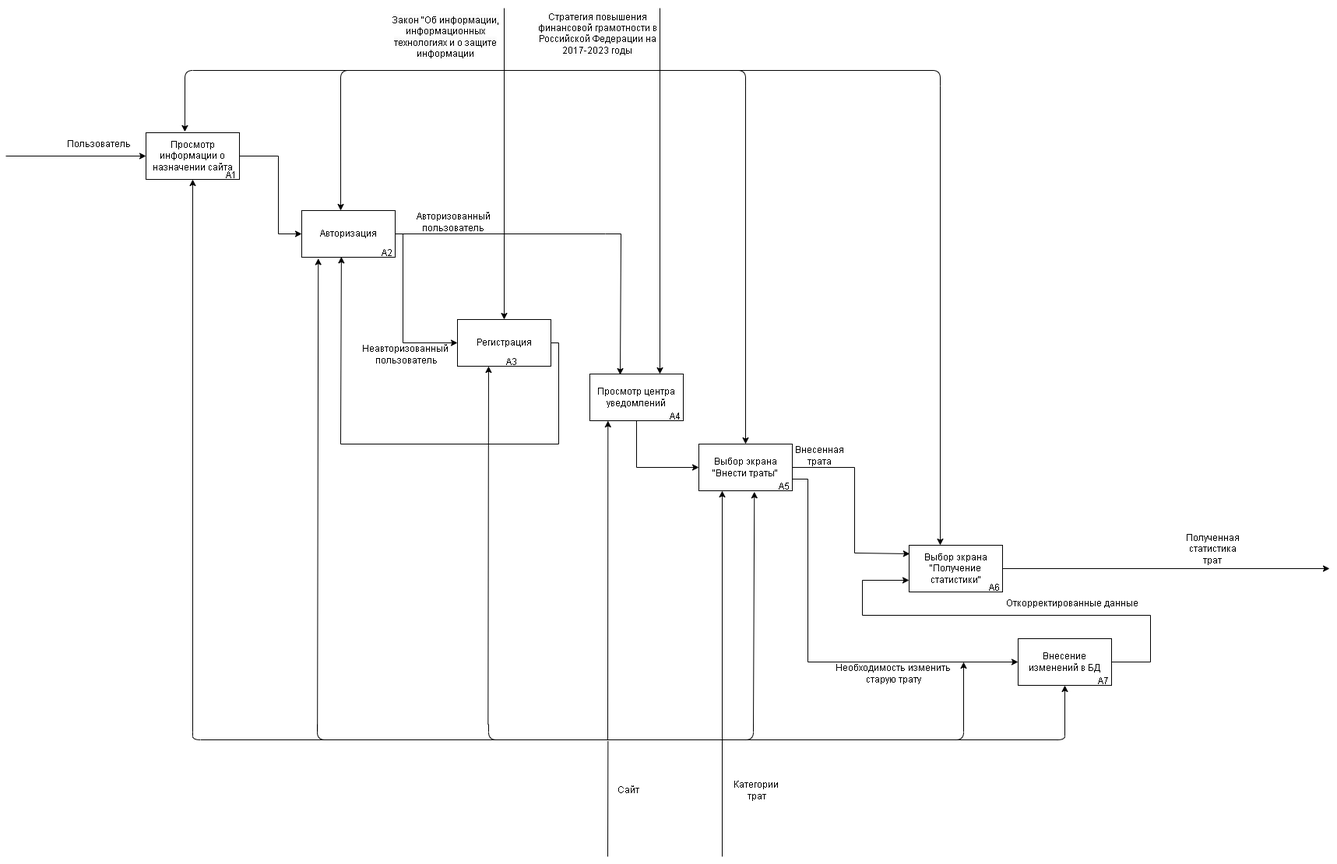
This is documentation/diagrams/IDEF0_A0_1level.png from money-pie/moneypie, a draw.io export, as it was before one commit. Source tidied: cells renumbered, new cells last; positions are measured from the earlier drawing's top-left corner, leaving out a move shared by most shapes.
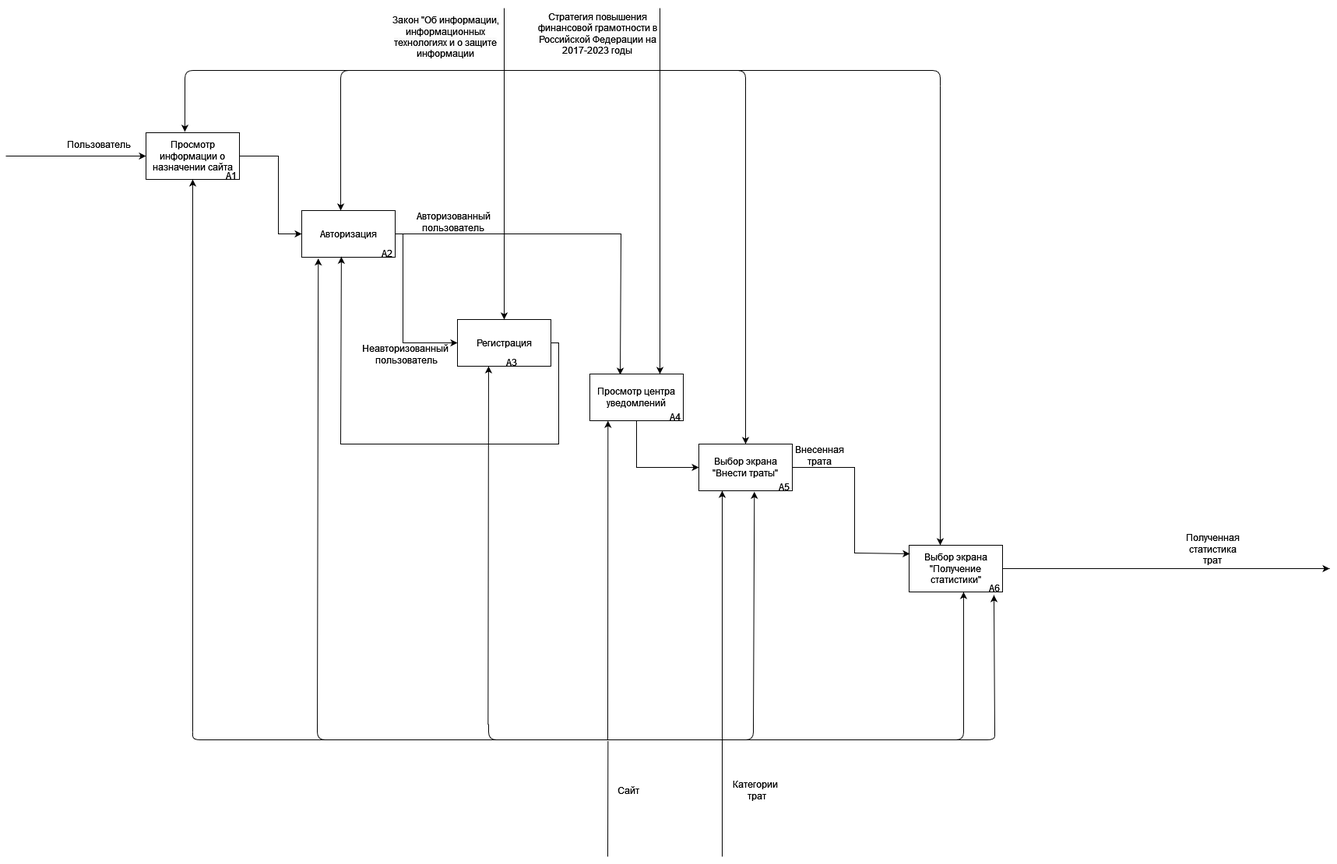
The same file after the commit.

Change to the diagram source:
```diff
@@ -14,9 +14,6 @@
     <mxCell id="5" value="Выбор экрана &quot;Внести траты&quot;" style="rounded=0;whiteSpace=wrap;html=1;" parent="1" vertex="1">
       <mxGeometry x="890" y="570" width="120" height="60" as="geometry" />
     </mxCell>
-    <mxCell id="6" value="Внесение изменений в БД" style="rounded=0;whiteSpace=wrap;html=1;" parent="1" vertex="1">
-      <mxGeometry x="1300" y="820" width="120" height="60" as="geometry" />
-    </mxCell>
     <mxCell id="7" value="Выбор экрана &quot;Получение статистики&quot;" style="rounded=0;whiteSpace=wrap;html=1;" parent="1" vertex="1">
       <mxGeometry x="1160" y="700" width="120" height="60" as="geometry" />
     </mxCell>
@@ -63,14 +60,6 @@
         </Array>
       </mxGeometry>
     </mxCell>
-    <mxCell id="15" style="endArrow=classic;html=1;rounded=0;exitX=1;exitY=0.75;exitDx=0;exitDy=0;entryX=0;entryY=0.5;entryDx=0;entryDy=0;" parent="1" edge="1" source="5" target="6">
-      <mxGeometry relative="1" as="geometry">
-        <Array as="points">
-          <mxPoint x="1030" y="615" />
-          <mxPoint x="1030" y="850" />
-        </Array>
-      </mxGeometry>
-    </mxCell>
     <mxCell id="16" style="endArrow=classic;html=1;rounded=0;exitX=1;exitY=0.5;exitDx=0;exitDy=0;" parent="1" edge="1" source="7">
       <mxGeometry relative="1" as="geometry">
         <mxPoint x="1700" y="730" as="targetPoint" />
@@ -100,22 +89,9 @@
         </Array>
       </mxGeometry>
     </mxCell>
-    <mxCell id="23" style="endArrow=classic;html=1;rounded=0;entryX=0;entryY=0.75;entryDx=0;entryDy=0;exitX=1;exitY=0.5;exitDx=0;exitDy=0;" parent="1" edge="1" source="6" target="7">
-      <mxGeometry relative="1" as="geometry">
-        <Array as="points">
-          <mxPoint x="1470" y="850" />
-          <mxPoint x="1470" y="790" />
-          <mxPoint x="1100" y="790" />
-          <mxPoint x="1100" y="745" />
-        </Array>
-      </mxGeometry>
-    </mxCell>
     <mxCell id="24" value="Внесенная трата" style="text;html=1;strokeColor=none;fillColor=none;align=center;verticalAlign=middle;whiteSpace=wrap;rounded=0;" parent="1" vertex="1">
       <mxGeometry x="1010" y="570" width="70" height="30" as="geometry" />
     </mxCell>
-    <mxCell id="25" value="Необходимость изменить старую трату" style="text;html=1;strokeColor=none;fillColor=none;align=center;verticalAlign=middle;whiteSpace=wrap;rounded=0;" parent="1" vertex="1">
-      <mxGeometry x="1050" y="850" width="180" height="30" as="geometry" />
-    </mxCell>
     <mxCell id="26" style="endArrow=classic;html=1;rounded=0;" parent="1" edge="1" target="4">
       <mxGeometry relative="1" as="geometry">
         <mxPoint x="640" y="10" as="sourcePoint" />
@@ -144,14 +120,11 @@
     <mxCell id="33" value="&lt;br&gt;&lt;span style=&quot;color: rgb(0, 0, 0); font-family: Helvetica; font-size: 12px; font-style: normal; font-variant-ligatures: normal; font-variant-caps: normal; font-weight: 400; letter-spacing: normal; orphans: 2; text-align: center; text-indent: 0px; text-transform: none; widows: 2; word-spacing: 0px; -webkit-text-stroke-width: 0px; background-color: rgb(251, 251, 251); text-decoration-thickness: initial; text-decoration-style: initial; text-decoration-color: initial; float: none; display: inline !important;&quot;&gt;Закон &quot;Об информации, информационных технологиях и о защите информации&lt;/span&gt;&lt;br&gt;" style="text;html=1;strokeColor=none;fillColor=none;align=center;verticalAlign=middle;whiteSpace=wrap;rounded=0;" parent="1" vertex="1">
       <mxGeometry x="495" width="140" height="80" as="geometry" />
     </mxCell>
-    <mxCell id="34" value="Откорректированные данные" style="text;html=1;strokeColor=none;fillColor=none;align=center;verticalAlign=middle;whiteSpace=wrap;rounded=0;" parent="1" vertex="1">
-      <mxGeometry x="1280" y="760" width="180" height="30" as="geometry" />
-    </mxCell>
     <mxCell id="35" style="shape=curlyBracket;whiteSpace=wrap;html=1;rounded=1;flipH=1;labelPosition=right;verticalLabelPosition=middle;align=left;verticalAlign=middle;direction=north;size=0;" parent="1" vertex="1">
       <mxGeometry x="400" y="930" width="830" height="20" as="geometry" />
     </mxCell>
     <mxCell id="36" style="shape=curlyBracket;whiteSpace=wrap;html=1;rounded=1;flipH=1;labelPosition=right;verticalLabelPosition=middle;align=left;verticalAlign=middle;direction=north;size=0;" parent="1" vertex="1">
-      <mxGeometry x="240" y="940" width="1120" height="10" as="geometry" />
+      <mxGeometry x="240" y="940" width="1030" height="10" as="geometry" />
     </mxCell>
     <mxCell id="37" style="shape=curlyBracket;whiteSpace=wrap;html=1;rounded=1;flipH=1;labelPosition=right;verticalLabelPosition=middle;align=left;verticalAlign=middle;direction=north;size=0;" parent="1" vertex="1">
       <mxGeometry x="620" y="930" width="340" height="20" as="geometry" />
@@ -159,8 +132,10 @@
     <mxCell id="38" style="endArrow=classic;html=1;rounded=0;exitX=1;exitY=1;exitDx=0;exitDy=0;exitPerimeter=0;" parent="1" edge="1" source="36" target="2">
       <mxGeometry relative="1" as="geometry" />
     </mxCell>
-    <mxCell id="39" style="endArrow=classic;html=1;rounded=0;exitX=1;exitY=0.857;exitDx=0;exitDy=0;exitPerimeter=0;entryX=0.177;entryY=1.025;entryDx=0;entryDy=0;entryPerimeter=0;" parent="1" edge="1" source="36" target="3">
-      <mxGeometry relative="1" as="geometry" />
+    <mxCell id="39" style="endArrow=classic;html=1;rounded=0;entryX=0.177;entryY=1.025;entryDx=0;entryDy=0;entryPerimeter=0;" parent="1" edge="1" target="3">
+      <mxGeometry relative="1" as="geometry">
+        <mxPoint x="400" y="940" as="sourcePoint" />
+      </mxGeometry>
     </mxCell>
     <mxCell id="40" style="endArrow=classic;html=1;rounded=0;exitX=0.97;exitY=1.002;exitDx=0;exitDy=0;exitPerimeter=0;entryX=0.333;entryY=1;entryDx=0;entryDy=0;entryPerimeter=0;" parent="1" edge="1" source="37" target="4">
       <mxGeometry relative="1" as="geometry" />
@@ -168,10 +143,10 @@
     <mxCell id="41" style="endArrow=classic;html=1;rounded=0;exitX=0.75;exitY=1;exitDx=0;exitDy=0;entryX=0.594;entryY=1.021;entryDx=0;entryDy=0;entryPerimeter=0;" parent="1" edge="1" source="37" target="5">
       <mxGeometry relative="1" as="geometry" />
     </mxCell>
-    <mxCell id="42" style="endArrow=classic;html=1;rounded=0;exitX=0.75;exitY=1;exitDx=0;exitDy=0;entryX=1;entryY=0;entryDx=0;entryDy=0;" parent="1" edge="1" source="35" target="25">
+    <mxCell id="42" style="endArrow=classic;html=1;rounded=0;exitX=0.75;exitY=1;exitDx=0;exitDy=0;entryX=0.583;entryY=1;entryDx=0;entryDy=0;entryPerimeter=0;" parent="1" edge="1" source="35" target="7">
       <mxGeometry relative="1" as="geometry" />
     </mxCell>
-    <mxCell id="43" style="endArrow=classic;html=1;rounded=0;exitX=0.75;exitY=1;exitDx=0;exitDy=0;entryX=0.5;entryY=1;entryDx=0;entryDy=0;" parent="1" edge="1" source="36" target="6">
+    <mxCell id="43" style="endArrow=classic;html=1;rounded=0;exitX=0.75;exitY=1;exitDx=0;exitDy=0;entryX=0.908;entryY=1.067;entryDx=0;entryDy=0;entryPerimeter=0;" parent="1" edge="1" source="36" target="7">
       <mxGeometry relative="1" as="geometry" />
     </mxCell>
     <mxCell id="44" style="endArrow=none;html=1;rounded=0;entryX=-0.074;entryY=0.549;entryDx=0;entryDy=0;entryPerimeter=0;" parent="1" edge="1" target="37">
@@ -217,9 +192,6 @@
     <mxCell id="54" value="A4" style="text;html=1;strokeColor=none;fillColor=none;align=center;verticalAlign=middle;whiteSpace=wrap;rounded=0;" parent="1" vertex="1">
       <mxGeometry x="830" y="520" width="60" height="30" as="geometry" />
     </mxCell>
-    <mxCell id="55" value="A7" style="text;html=1;strokeColor=none;fillColor=none;align=center;verticalAlign=middle;whiteSpace=wrap;rounded=0;" parent="1" vertex="1">
-      <mxGeometry x="1380" y="860" width="60" height="30" as="geometry" />
-    </mxCell>
     <mxCell id="56" style="endArrow=classic;html=1;rounded=0;exitX=0.025;exitY=0.55;exitDx=0;exitDy=0;exitPerimeter=0;entryX=0.194;entryY=1.001;entryDx=0;entryDy=0;entryPerimeter=0;" parent="1" edge="1" source="37" target="50">
       <mxGeometry relative="1" as="geometry" />
     </mxCell>
```
